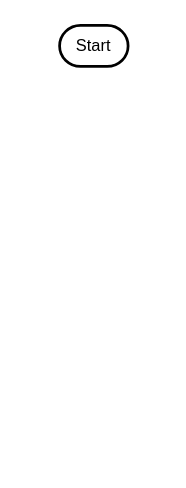
Earlier version of the draw.io diagram War Game Flowchart.drawio (delatorrepsyche/Flowcharts). Source tidied: cells renumbered, new cells numbered last; positions are measured from the earlier drawing's top-left corner, leaving out a move shared by most shapes. Both pictures are drawn from the tidied source at 137%, with x=0, y=0 at pixel (59, 25).
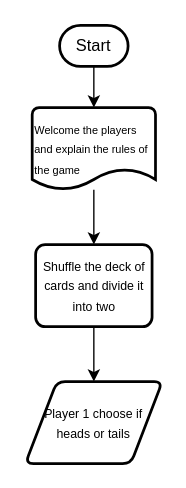
After the change.

Change to the diagram source:
```diff
@@
 <mxGraphModel>
   <root>
     <mxCell id="0" />
     <mxCell id="1" parent="0" />
     <mxCell id="2" value="Start" style="strokeWidth=2;html=1;shape=mxgraph.flowchart.terminator;whiteSpace=wrap;" parent="1" vertex="1">
       <mxGeometry width="50" height="30" as="geometry" />
     </mxCell>
+    <mxCell id="3" style="edgeStyle=orthogonalEdgeStyle;rounded=0;jettySize=auto;html=1;" parent="1" edge="1" source="4" target="7">
+      <mxGeometry relative="1" as="geometry" />
+    </mxCell>
+    <mxCell id="4" value="&lt;font style=&quot;font-size: 8px&quot;&gt;Welcome the players and explain the rules of the game&lt;/font&gt;" style="strokeWidth=2;html=1;shape=mxgraph.flowchart.document2;whiteSpace=wrap;size=0.25;align=left;" parent="1" vertex="1">
+      <mxGeometry x="-20" y="60" width="90" height="60" as="geometry" />
+    </mxCell>
+    <mxCell id="5" style="endArrow=classic;html=1;exitX=0.5;exitY=1;exitDx=0;exitDy=0;exitPerimeter=0;" parent="1" edge="1" source="2" target="4">
+      <mxGeometry relative="1" as="geometry" />
+    </mxCell>
+    <mxCell id="6" style="edgeStyle=orthogonalEdgeStyle;rounded=0;jettySize=auto;html=1;" parent="1" edge="1" source="7" target="8">
+      <mxGeometry relative="1" as="geometry" />
+    </mxCell>
+    <mxCell id="7" value="&lt;span style=&quot;font-size: 9px&quot;&gt;Shuffle the deck of cards and divide it into two&lt;/span&gt;" style="rounded=1;whiteSpace=wrap;html=1;absoluteArcSize=1;arcSize=14;strokeWidth=2;" parent="1" vertex="1">
+      <mxGeometry x="-17.5" y="160" width="85" height="60" as="geometry" />
+    </mxCell>
+    <mxCell id="8" value="&lt;span style=&quot;font-size: 9px&quot;&gt;Player 1 choose&amp;nbsp;if heads or tails&lt;/span&gt;" style="shape=parallelogram;html=1;strokeWidth=2;perimeter=parallelogramPerimeter;whiteSpace=wrap;rounded=1;arcSize=12;size=0.23;" parent="1" vertex="1">
+      <mxGeometry x="-25" y="260" width="100" height="60" as="geometry" />
+    </mxCell>
   </root>
 </mxGraphModel>
```
